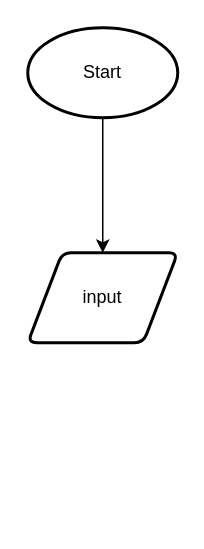
Before: design/flowchart.drawio in ics3u-0-2021/ICS3U-Unit1-02-Python, a draw.io diagram. Source tidied: cells renumbered, new cells numbered last; positions are measured from the earlier drawing's top-left corner, leaving out a move shared by most shapes. Both pictures are drawn from the tidied source at 150%, with x=0, y=0 at pixel (27, 27).
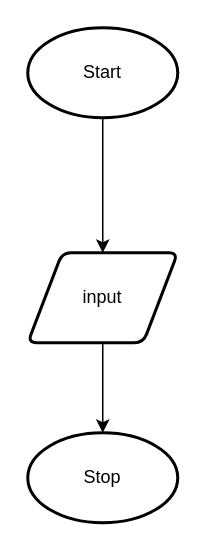
The same diagram, later.

What changed in the source:
```diff
@@
 <mxGraphModel>
   <root>
     <mxCell id="0" />
     <mxCell id="1" parent="0" />
     <mxCell id="2" style="edgeStyle=none;html=1;" parent="1" edge="1" source="3" target="4">
       <mxGeometry relative="1" as="geometry" />
     </mxCell>
     <mxCell id="3" value="Start" style="strokeWidth=2;html=1;shape=mxgraph.flowchart.start_1;whiteSpace=wrap;" parent="1" vertex="1">
       <mxGeometry width="100" height="60" as="geometry" />
     </mxCell>
+    <mxCell id="5" style="edgeStyle=none;html=1;entryX=0.5;entryY=0;entryDx=0;entryDy=0;entryPerimeter=0;" parent="1" edge="1" source="4" target="6">
+      <mxGeometry relative="1" as="geometry" />
+    </mxCell>
     <mxCell id="4" value="input" style="shape=parallelogram;html=1;strokeWidth=2;perimeter=parallelogramPerimeter;whiteSpace=wrap;rounded=1;arcSize=12;size=0.23;" parent="1" vertex="1">
       <mxGeometry y="150" width="100" height="60" as="geometry" />
     </mxCell>
+    <mxCell id="6" value="Stop" style="strokeWidth=2;html=1;shape=mxgraph.flowchart.start_1;whiteSpace=wrap;" parent="1" vertex="1">
+      <mxGeometry y="270" width="100" height="60" as="geometry" />
+    </mxCell>
   </root>
 </mxGraphModel>
```
